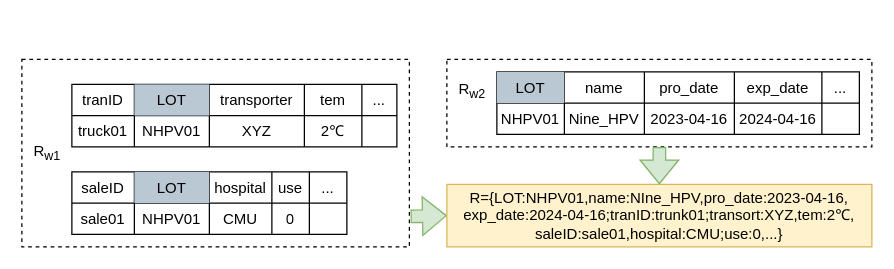
The draw.io diagram page "第 24 页" (17 of 21) of 未命名绘图.drawio in jue73/7339, before the edit. Source tidied: cells renumbered, new cells numbered last; positions are measured from the earlier drawing's top-left corner, leaving out a move shared by most shapes. Both pictures are drawn from the tidied source at 125%, with x=0, y=0 at pixel (21, 59).
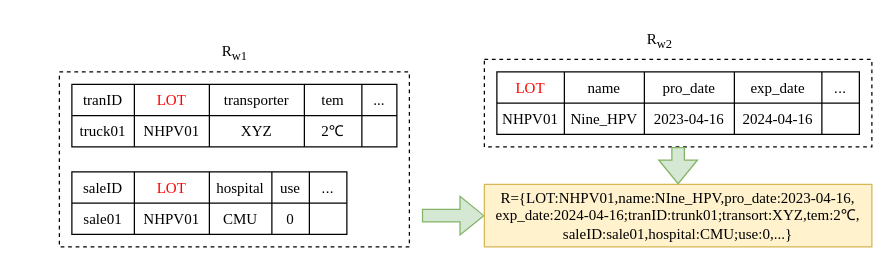
Above is the later version.

The change refers to these unchanged cells:
```xml
<mxCell id="5" style="shape=tableRow;horizontal=0;startSize=0;swimlaneHead=0;swimlaneBody=0;strokeColor=inherit;top=0;left=0;bottom=0;right=0;fillColor=none;" parent="4" vertex="1">
  <mxGeometry width="290" height="25" as="geometry" />
</mxCell>
<mxCell id="11" style="shape=tableRow;horizontal=0;startSize=0;swimlaneHead=0;swimlaneBody=0;strokeColor=inherit;top=0;left=0;bottom=0;right=0;fillColor=none;" parent="4" vertex="1">
  <mxGeometry y="25" width="290" height="25" as="geometry" />
</mxCell>
<mxCell id="18" style="shape=tableRow;horizontal=0;startSize=0;swimlaneHead=0;swimlaneBody=0;strokeColor=inherit;top=0;left=0;bottom=0;right=0;fillColor=none;" parent="17" vertex="1">
  <mxGeometry width="260" height="25" as="geometry" />
</mxCell>
<mxCell id="24" style="shape=tableRow;horizontal=0;startSize=0;swimlaneHead=0;swimlaneBody=0;strokeColor=inherit;top=0;left=0;bottom=0;right=0;fillColor=none;" parent="17" vertex="1">
  <mxGeometry y="25" width="260" height="25" as="geometry" />
</mxCell>
<mxCell id="31" style="shape=tableRow;horizontal=0;startSize=0;swimlaneHead=0;swimlaneBody=0;strokeColor=inherit;top=0;left=0;bottom=0;right=0;fillColor=none;" parent="30" vertex="1">
  <mxGeometry width="220" height="25" as="geometry" />
</mxCell>
<mxCell id="37" style="shape=tableRow;horizontal=0;startSize=0;swimlaneHead=0;swimlaneBody=0;strokeColor=inherit;top=0;left=0;bottom=0;right=0;fillColor=none;" parent="30" vertex="1">
  <mxGeometry y="25" width="220" height="25" as="geometry" />
</mxCell>
```

What changed in the source:
```diff
@@
     <mxCell id="2" style="rounded=0;whiteSpace=wrap;html=1;dashed=1;fillColor=none;" parent="1" vertex="1">
-      <mxGeometry x="340" width="340" height="70" as="geometry" />
+      <mxGeometry x="370" width="310" height="70" as="geometry" />
     </mxCell>
     <mxCell id="3" style="rounded=0;whiteSpace=wrap;html=1;dashed=1;fillColor=none;" parent="1" vertex="1">
-      <mxGeometry width="310" height="150" as="geometry" />
+      <mxGeometry x="30" y="10" width="280" height="140" as="geometry" />
     </mxCell>
@@
-    <mxCell id="6" value="LOT" style="shape=partialRectangle;html=1;whiteSpace=wrap;strokeColor=#23445d;overflow=hidden;fillColor=#bac8d3;top=0;left=0;bottom=0;right=0;" parent="5" vertex="1">
+    <mxCell id="6" value="&lt;font color=&quot;#ff0000&quot; face=&quot;Times New Roman&quot;&gt;LOT&lt;/font&gt;" style="shape=partialRectangle;html=1;whiteSpace=wrap;overflow=hidden;top=0;left=0;bottom=0;right=0;fillColor=none;" parent="5" vertex="1">
       <mxGeometry width="54" height="25" as="geometry" />
     </mxCell>
-    <mxCell id="7" value="name" style="shape=partialRectangle;html=1;whiteSpace=wrap;strokeColor=inherit;overflow=hidden;fillColor=none;top=0;left=0;bottom=0;right=0;" parent="5" vertex="1">
+    <mxCell id="7" value="&lt;font face=&quot;Times New Roman&quot;&gt;name&lt;/font&gt;" style="shape=partialRectangle;html=1;whiteSpace=wrap;strokeColor=inherit;overflow=hidden;fillColor=none;top=0;left=0;bottom=0;right=0;" parent="5" vertex="1">
       <mxGeometry x="54" width="64" height="25" as="geometry" />
     </mxCell>
-    <mxCell id="8" value="pro_date" style="shape=partialRectangle;html=1;whiteSpace=wrap;strokeColor=inherit;overflow=hidden;fillColor=none;top=0;left=0;bottom=0;right=0;" parent="5" vertex="1">
+    <mxCell id="8" value="&lt;font face=&quot;Times New Roman&quot;&gt;pro_date&lt;/font&gt;" style="shape=partialRectangle;html=1;whiteSpace=wrap;strokeColor=inherit;overflow=hidden;fillColor=none;top=0;left=0;bottom=0;right=0;" parent="5" vertex="1">
       <mxGeometry x="118" width="72" height="25" as="geometry" />
     </mxCell>
-    <mxCell id="9" value="exp_date" style="shape=partialRectangle;html=1;whiteSpace=wrap;strokeColor=inherit;overflow=hidden;fillColor=none;top=0;left=0;bottom=0;right=0;" parent="5" vertex="1">
+    <mxCell id="9" value="&lt;font face=&quot;Times New Roman&quot;&gt;exp_date&lt;/font&gt;" style="shape=partialRectangle;html=1;whiteSpace=wrap;strokeColor=inherit;overflow=hidden;fillColor=none;top=0;left=0;bottom=0;right=0;" parent="5" vertex="1">
       <mxGeometry x="190" width="70" height="25" as="geometry" />
     </mxCell>
@@
-    <mxCell id="12" value="NHPV01" style="shape=partialRectangle;html=1;whiteSpace=wrap;strokeColor=inherit;overflow=hidden;fillColor=none;top=0;left=0;bottom=0;right=0;" parent="11" vertex="1">
+    <mxCell id="12" value="&lt;font face=&quot;Times New Roman&quot;&gt;NHPV01&lt;/font&gt;" style="shape=partialRectangle;html=1;whiteSpace=wrap;strokeColor=inherit;overflow=hidden;fillColor=none;top=0;left=0;bottom=0;right=0;" parent="11" vertex="1">
       <mxGeometry width="54" height="25" as="geometry" />
     </mxCell>
-    <mxCell id="13" value="Nine_HPV" style="shape=partialRectangle;html=1;whiteSpace=wrap;strokeColor=inherit;overflow=hidden;fillColor=none;top=0;left=0;bottom=0;right=0;" parent="11" vertex="1">
+    <mxCell id="13" value="&lt;font face=&quot;Times New Roman&quot;&gt;Nine_HPV&lt;/font&gt;" style="shape=partialRectangle;html=1;whiteSpace=wrap;strokeColor=inherit;overflow=hidden;fillColor=none;top=0;left=0;bottom=0;right=0;" parent="11" vertex="1">
       <mxGeometry x="54" width="64" height="25" as="geometry" />
     </mxCell>
-    <mxCell id="14" value="2023-04-16" style="shape=partialRectangle;html=1;whiteSpace=wrap;strokeColor=inherit;overflow=hidden;fillColor=none;top=0;left=0;bottom=0;right=0;" parent="11" vertex="1">
+    <mxCell id="14" value="&lt;font face=&quot;Times New Roman&quot;&gt;2023-04-16&lt;/font&gt;" style="shape=partialRectangle;html=1;whiteSpace=wrap;strokeColor=inherit;overflow=hidden;fillColor=none;top=0;left=0;bottom=0;right=0;" parent="11" vertex="1">
       <mxGeometry x="118" width="72" height="25" as="geometry" />
     </mxCell>
-    <mxCell id="15" value="2024-04-16" style="shape=partialRectangle;html=1;whiteSpace=wrap;strokeColor=inherit;overflow=hidden;fillColor=none;top=0;left=0;bottom=0;right=0;" parent="11" vertex="1">
+    <mxCell id="15" value="&lt;font face=&quot;Times New Roman&quot;&gt;2024-04-16&lt;/font&gt;" style="shape=partialRectangle;html=1;whiteSpace=wrap;strokeColor=inherit;overflow=hidden;fillColor=none;top=0;left=0;bottom=0;right=0;" parent="11" vertex="1">
       <mxGeometry x="190" width="70" height="25" as="geometry" />
     </mxCell>
@@
-    <mxCell id="19" value="tranID" style="shape=partialRectangle;html=1;whiteSpace=wrap;strokeColor=inherit;overflow=hidden;fillColor=none;top=0;left=0;bottom=0;right=0;" parent="18" vertex="1">
+    <mxCell id="19" value="&lt;font face=&quot;Times New Roman&quot;&gt;tranID&lt;/font&gt;" style="shape=partialRectangle;html=1;whiteSpace=wrap;strokeColor=inherit;overflow=hidden;fillColor=none;top=0;left=0;bottom=0;right=0;" parent="18" vertex="1">
       <mxGeometry width="50" height="25" as="geometry" />
     </mxCell>
-    <mxCell id="20" value="LOT" style="shape=partialRectangle;html=1;whiteSpace=wrap;strokeColor=#23445d;overflow=hidden;fillColor=#bac8d3;top=0;left=0;bottom=0;right=0;" parent="18" vertex="1">
+    <mxCell id="20" value="&lt;font color=&quot;#ff0000&quot; face=&quot;Times New Roman&quot;&gt;LOT&lt;/font&gt;" style="shape=partialRectangle;html=1;whiteSpace=wrap;overflow=hidden;top=0;left=0;bottom=0;right=0;fillColor=none;" parent="18" vertex="1">
       <mxGeometry x="50" width="60" height="25" as="geometry" />
     </mxCell>
-    <mxCell id="21" value="transporter" style="shape=partialRectangle;html=1;whiteSpace=wrap;strokeColor=inherit;overflow=hidden;fillColor=none;top=0;left=0;bottom=0;right=0;" parent="18" vertex="1">
+    <mxCell id="21" value="&lt;font face=&quot;Times New Roman&quot;&gt;transporter&lt;/font&gt;" style="shape=partialRectangle;html=1;whiteSpace=wrap;strokeColor=inherit;overflow=hidden;fillColor=none;top=0;left=0;bottom=0;right=0;" parent="18" vertex="1">
       <mxGeometry x="110" width="76" height="25" as="geometry" />
     </mxCell>
-    <mxCell id="22" value="tem" style="shape=partialRectangle;html=1;whiteSpace=wrap;strokeColor=inherit;overflow=hidden;fillColor=none;top=0;left=0;bottom=0;right=0;" parent="18" vertex="1">
+    <mxCell id="22" value="&lt;font face=&quot;Times New Roman&quot;&gt;tem&lt;/font&gt;" style="shape=partialRectangle;html=1;whiteSpace=wrap;strokeColor=inherit;overflow=hidden;fillColor=none;top=0;left=0;bottom=0;right=0;" parent="18" vertex="1">
       <mxGeometry x="186" width="46" height="25" as="geometry" />
     </mxCell>
-    <mxCell id="23" value="..." style="shape=partialRectangle;html=1;whiteSpace=wrap;strokeColor=inherit;overflow=hidden;fillColor=none;top=0;left=0;bottom=0;right=0;" parent="18" vertex="1">
+    <mxCell id="23" value="&lt;font face=&quot;Times New Roman&quot;&gt;...&lt;/font&gt;" style="shape=partialRectangle;html=1;whiteSpace=wrap;strokeColor=inherit;overflow=hidden;fillColor=none;top=0;left=0;bottom=0;right=0;" parent="18" vertex="1">
       <mxGeometry x="232" width="28" height="25" as="geometry" />
     </mxCell>
@@
-    <mxCell id="25" value="truck01" style="shape=partialRectangle;html=1;whiteSpace=wrap;strokeColor=inherit;overflow=hidden;fillColor=none;top=0;left=0;bottom=0;right=0;" parent="24" vertex="1">
+    <mxCell id="25" value="&lt;font face=&quot;Times New Roman&quot;&gt;truck01&lt;/font&gt;" style="shape=partialRectangle;html=1;whiteSpace=wrap;strokeColor=inherit;overflow=hidden;fillColor=none;top=0;left=0;bottom=0;right=0;" parent="24" vertex="1">
       <mxGeometry width="50" height="25" as="geometry" />
     </mxCell>
-    <mxCell id="26" value="NHPV01" style="shape=partialRectangle;html=1;whiteSpace=wrap;strokeColor=inherit;overflow=hidden;fillColor=none;top=0;left=0;bottom=0;right=0;" parent="24" vertex="1">
+    <mxCell id="26" value="&lt;font face=&quot;Times New Roman&quot;&gt;NHPV01&lt;/font&gt;" style="shape=partialRectangle;html=1;whiteSpace=wrap;strokeColor=inherit;overflow=hidden;fillColor=none;top=0;left=0;bottom=0;right=0;" parent="24" vertex="1">
       <mxGeometry x="50" width="60" height="25" as="geometry" />
     </mxCell>
-    <mxCell id="27" value="XYZ" style="shape=partialRectangle;html=1;whiteSpace=wrap;strokeColor=inherit;overflow=hidden;fillColor=none;top=0;left=0;bottom=0;right=0;" parent="24" vertex="1">
+    <mxCell id="27" value="&lt;font face=&quot;Times New Roman&quot;&gt;XYZ&lt;/font&gt;" style="shape=partialRectangle;html=1;whiteSpace=wrap;strokeColor=inherit;overflow=hidden;fillColor=none;top=0;left=0;bottom=0;right=0;" parent="24" vertex="1">
       <mxGeometry x="110" width="76" height="25" as="geometry" />
     </mxCell>
-    <mxCell id="28" value="2℃" style="shape=partialRectangle;html=1;whiteSpace=wrap;strokeColor=inherit;overflow=hidden;fillColor=none;top=0;left=0;bottom=0;right=0;" parent="24" vertex="1">
+    <mxCell id="28" value="&lt;font face=&quot;Times New Roman&quot;&gt;2℃&lt;/font&gt;" style="shape=partialRectangle;html=1;whiteSpace=wrap;strokeColor=inherit;overflow=hidden;fillColor=none;top=0;left=0;bottom=0;right=0;" parent="24" vertex="1">
       <mxGeometry x="186" width="46" height="25" as="geometry" />
     </mxCell>
@@
-    <mxCell id="32" value="saleID" style="shape=partialRectangle;html=1;whiteSpace=wrap;strokeColor=inherit;overflow=hidden;fillColor=none;top=0;left=0;bottom=0;right=0;" parent="31" vertex="1">
+    <mxCell id="32" value="&lt;font face=&quot;Times New Roman&quot;&gt;saleID&lt;/font&gt;" style="shape=partialRectangle;html=1;whiteSpace=wrap;strokeColor=inherit;overflow=hidden;fillColor=none;top=0;left=0;bottom=0;right=0;" parent="31" vertex="1">
       <mxGeometry width="50" height="25" as="geometry" />
     </mxCell>
-    <mxCell id="33" value="LOT" style="shape=partialRectangle;html=1;whiteSpace=wrap;strokeColor=#23445d;overflow=hidden;fillColor=#bac8d3;top=0;left=0;bottom=0;right=0;" parent="31" vertex="1">
+    <mxCell id="33" value="&lt;font color=&quot;#ff0000&quot; face=&quot;Times New Roman&quot;&gt;LOT&lt;/font&gt;" style="shape=partialRectangle;html=1;whiteSpace=wrap;overflow=hidden;top=0;left=0;bottom=0;right=0;fillColor=none;" parent="31" vertex="1">
       <mxGeometry x="50" width="60" height="25" as="geometry" />
     </mxCell>
-    <mxCell id="34" value="hospital" style="shape=partialRectangle;html=1;whiteSpace=wrap;strokeColor=inherit;overflow=hidden;fillColor=none;top=0;left=0;bottom=0;right=0;" parent="31" vertex="1">
+    <mxCell id="34" value="&lt;font face=&quot;Times New Roman&quot;&gt;hospital&lt;/font&gt;" style="shape=partialRectangle;html=1;whiteSpace=wrap;strokeColor=inherit;overflow=hidden;fillColor=none;top=0;left=0;bottom=0;right=0;" parent="31" vertex="1">
       <mxGeometry x="110" width="50" height="25" as="geometry" />
     </mxCell>
-    <mxCell id="35" value="use" style="shape=partialRectangle;html=1;whiteSpace=wrap;strokeColor=inherit;overflow=hidden;fillColor=none;top=0;left=0;bottom=0;right=0;" parent="31" vertex="1">
+    <mxCell id="35" value="&lt;font face=&quot;Times New Roman&quot;&gt;use&lt;/font&gt;" style="shape=partialRectangle;html=1;whiteSpace=wrap;strokeColor=inherit;overflow=hidden;fillColor=none;top=0;left=0;bottom=0;right=0;" parent="31" vertex="1">
       <mxGeometry x="160" width="30" height="25" as="geometry" />
     </mxCell>
@@
-    <mxCell id="38" value="sale01" style="shape=partialRectangle;html=1;whiteSpace=wrap;strokeColor=inherit;overflow=hidden;fillColor=none;top=0;left=0;bottom=0;right=0;" parent="37" vertex="1">
+    <mxCell id="38" value="&lt;font face=&quot;Times New Roman&quot;&gt;sale01&lt;/font&gt;" style="shape=partialRectangle;html=1;whiteSpace=wrap;strokeColor=inherit;overflow=hidden;fillColor=none;top=0;left=0;bottom=0;right=0;" parent="37" vertex="1">
       <mxGeometry width="50" height="25" as="geometry" />
     </mxCell>
-    <mxCell id="39" value="NHPV01" style="shape=partialRectangle;html=1;whiteSpace=wrap;strokeColor=inherit;overflow=hidden;fillColor=none;top=0;left=0;bottom=0;right=0;" parent="37" vertex="1">
+    <mxCell id="39" value="&lt;font face=&quot;Times New Roman&quot;&gt;NHPV01&lt;/font&gt;" style="shape=partialRectangle;html=1;whiteSpace=wrap;strokeColor=inherit;overflow=hidden;fillColor=none;top=0;left=0;bottom=0;right=0;" parent="37" vertex="1">
       <mxGeometry x="50" width="60" height="25" as="geometry" />
     </mxCell>
-    <mxCell id="40" value="CMU" style="shape=partialRectangle;html=1;whiteSpace=wrap;strokeColor=inherit;overflow=hidden;fillColor=none;top=0;left=0;bottom=0;right=0;" parent="37" vertex="1">
+    <mxCell id="40" value="&lt;font face=&quot;Times New Roman&quot;&gt;CMU&lt;/font&gt;" style="shape=partialRectangle;html=1;whiteSpace=wrap;strokeColor=inherit;overflow=hidden;fillColor=none;top=0;left=0;bottom=0;right=0;" parent="37" vertex="1">
       <mxGeometry x="110" width="50" height="25" as="geometry" />
     </mxCell>
-    <mxCell id="41" value="0" style="shape=partialRectangle;html=1;whiteSpace=wrap;strokeColor=inherit;overflow=hidden;fillColor=none;top=0;left=0;bottom=0;right=0;" parent="37" vertex="1">
+    <mxCell id="41" value="&lt;font face=&quot;Times New Roman&quot;&gt;0&lt;/font&gt;" style="shape=partialRectangle;html=1;whiteSpace=wrap;strokeColor=inherit;overflow=hidden;fillColor=none;top=0;left=0;bottom=0;right=0;" parent="37" vertex="1">
       <mxGeometry x="160" width="30" height="25" as="geometry" />
     </mxCell>
@@
-    <mxCell id="43" style="shape=flexArrow;endArrow=classic;html=1;rounded=0;fillColor=#d5e8d4;strokeColor=#82b366;entryX=0;entryY=0.5;entryDx=0;entryDy=0;exitX=1.003;exitY=0.837;exitDx=0;exitDy=0;exitPerimeter=0;" parent="1" edge="1" source="3" target="44">
-      <mxGeometry relative="1" as="geometry" />
+    <mxCell id="43" style="shape=flexArrow;endArrow=classic;html=1;rounded=0;fillColor=#d5e8d4;strokeColor=#82b366;" parent="1" edge="1">
+      <mxGeometry relative="1" as="geometry">
+        <mxPoint x="320" y="125" as="sourcePoint" />
+        <mxPoint x="370" y="125" as="targetPoint" />
+      </mxGeometry>
     </mxCell>
-    <mxCell id="44" value="R={LOT:NHPV01,name:NIne_HPV,&lt;span style=&quot;background-color: initial;&quot;&gt;pro_date:2023-04-16,&lt;/span&gt;&lt;div&gt;&lt;span style=&quot;background-color: initial;&quot;&gt;exp_date:&lt;/span&gt;&lt;span style=&quot;background-color: initial;&quot;&gt;2024-04-16;tranID:trunk01;transort:&lt;/span&gt;&lt;span style=&quot;background-color: initial;&quot;&gt;XYZ,tem:2℃,&lt;/span&gt;&lt;/div&gt;&lt;div&gt;&lt;span style=&quot;background-color: initial;&quot;&gt;saleID:sale01,hospital:&lt;/span&gt;&lt;span style=&quot;background-color: initial;&quot;&gt;CMU;use:0,...}&lt;/span&gt;&lt;/div&gt;" style="whiteSpace=wrap;html=1;fillColor=#fff2cc;strokeColor=#d6b656;" parent="1" vertex="1">
-      <mxGeometry x="340" y="100" width="340" height="50" as="geometry" />
+    <mxCell id="44" value="&lt;font face=&quot;Times New Roman&quot;&gt;R={LOT:NHPV01,name:NIne_HPV,&lt;span style=&quot;background-color: initial;&quot;&gt;pro_date:2023-04-16,&lt;/span&gt;&lt;/font&gt;&lt;div&gt;&lt;font face=&quot;Times New Roman&quot;&gt;&lt;span style=&quot;background-color: initial;&quot;&gt;exp_date:&lt;/span&gt;&lt;span style=&quot;background-color: initial;&quot;&gt;2024-04-16;tranID:trunk01;transort:&lt;/span&gt;&lt;span style=&quot;background-color: initial;&quot;&gt;XYZ,tem:2℃,&lt;/span&gt;&lt;/font&gt;&lt;/div&gt;&lt;div&gt;&lt;font face=&quot;Times New Roman&quot;&gt;&lt;span style=&quot;background-color: initial;&quot;&gt;saleID:sale01,hospital:&lt;/span&gt;&lt;span style=&quot;background-color: initial;&quot;&gt;CMU;use:0,...}&lt;/span&gt;&lt;/font&gt;&lt;/div&gt;" style="whiteSpace=wrap;html=1;fillColor=#fff2cc;strokeColor=#d6b656;" parent="1" vertex="1">
+      <mxGeometry x="370" y="100" width="310" height="50" as="geometry" />
     </mxCell>
-    <mxCell id="45" value="R&lt;sub&gt;w2&lt;/sub&gt;" style="text;html=1;align=center;verticalAlign=middle;strokeColor=none;fillColor=none;" parent="1" vertex="1">
-      <mxGeometry x="340" y="10" width="40" height="30" as="geometry" />
+    <mxCell id="45" value="&lt;font face=&quot;Times New Roman&quot;&gt;R&lt;sub&gt;w2&lt;/sub&gt;&lt;/font&gt;" style="text;html=1;align=center;verticalAlign=middle;strokeColor=none;fillColor=none;" parent="1" vertex="1">
+      <mxGeometry x="490" y="-30" width="40" height="30" as="geometry" />
     </mxCell>
-    <mxCell id="46" value="R&lt;sub&gt;w1&lt;/sub&gt;" style="text;html=1;align=center;verticalAlign=middle;strokeColor=none;fillColor=none;" parent="1" vertex="1">
-      <mxGeometry y="60" width="40" height="30" as="geometry" />
+    <mxCell id="46" value="&lt;font face=&quot;Times New Roman&quot;&gt;R&lt;sub&gt;w1&lt;/sub&gt;&lt;/font&gt;" style="text;html=1;align=center;verticalAlign=middle;strokeColor=none;fillColor=none;" parent="1" vertex="1">
+      <mxGeometry x="150" y="-20" width="40" height="30" as="geometry" />
     </mxCell>
```
